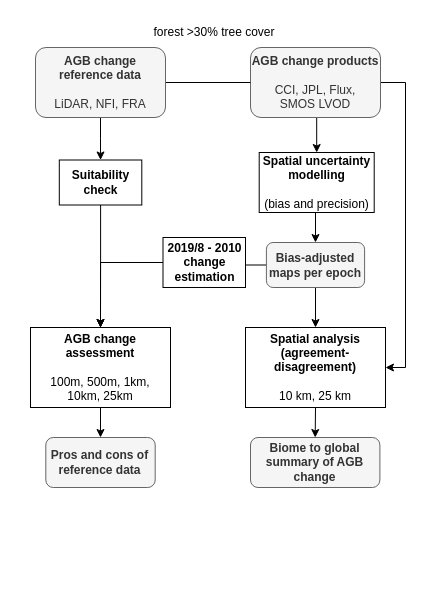
The draw.io diagram paper2.drawio in arnanaraza/diagrams, before the edit. Source tidied: cells renumbered, new cells numbered last; positions are measured from the earlier drawing's top-left corner, leaving out a move shared by most shapes. Both pictures are drawn from the tidied source at 100%, with x=0, y=0 at pixel (30, 17).
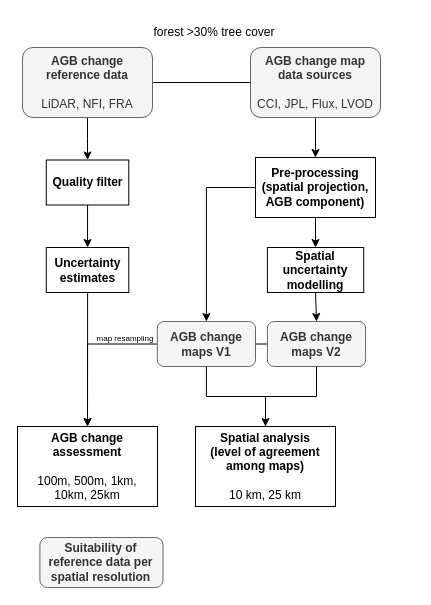
Above is the later version.

Change to the diagram source:
```diff
@@
-    <mxCell id="2" style="edgeStyle=orthogonalEdgeStyle;rounded=0;jettySize=auto;html=1;exitX=0.5;exitY=1;exitDx=0;exitDy=0;entryX=0.5;entryY=0;entryDx=0;entryDy=0;" parent="1" edge="1" source="4" target="13">
-      <mxGeometry relative="1" as="geometry" />
-    </mxCell>
-    <mxCell id="3" style="edgeStyle=orthogonalEdgeStyle;rounded=0;jettySize=auto;html=1;exitX=1;exitY=0.5;exitDx=0;exitDy=0;entryX=1;entryY=0.5;entryDx=0;entryDy=0;" parent="1" edge="1" source="4" target="16">
-      <mxGeometry relative="1" as="geometry" />
-    </mxCell>
+    <mxCell id="25" style="edgeStyle=orthogonalEdgeStyle;rounded=0;jettySize=auto;html=1;exitX=0.5;exitY=1;exitDx=0;exitDy=0;entryX=0.5;entryY=0;entryDx=0;entryDy=0;" parent="1" edge="1" source="4" target="33">
+      <mxGeometry relative="1" as="geometry" />
+    </mxCell>
-    <mxCell id="4" value="&lt;b&gt;AGB change products&lt;br&gt;&lt;/b&gt;&lt;br&gt;CCI, JPL, Flux, &lt;br&gt;SMOS LVOD&lt;span style=&quot;font-family: &amp;#34;helvetica&amp;#34;&quot;&gt;&lt;br&gt;&lt;/span&gt;" style="rounded=1;whiteSpace=wrap;html=1;fillColor=#f5f5f5;fontColor=#333333;strokeColor=#666666;" parent="1" vertex="1">
+    <mxCell id="4" value="&lt;b&gt;AGB change map data sources&lt;br&gt;&lt;/b&gt;&lt;br&gt;CCI, JPL, Flux, LVOD&lt;span style=&quot;font-family: &amp;#34;helvetica&amp;#34;&quot;&gt;&lt;br&gt;&lt;/span&gt;" style="rounded=1;whiteSpace=wrap;html=1;fillColor=#f5f5f5;fontColor=#333333;strokeColor=#666666;" parent="1" vertex="1">
       <mxGeometry x="220" y="30" width="130" height="70" as="geometry" />
     </mxCell>
+    <mxCell id="26" style="edgeStyle=orthogonalEdgeStyle;rounded=0;jettySize=auto;html=1;exitX=0;exitY=0.5;exitDx=0;exitDy=0;entryX=1;entryY=0.5;entryDx=0;entryDy=0;endArrow=none;endFill=0;" parent="1" edge="1" source="9" target="36">
+      <mxGeometry relative="1" as="geometry" />
+    </mxCell>
-    <mxCell id="5" style="edgeStyle=orthogonalEdgeStyle;rounded=0;jettySize=auto;html=1;exitX=0.5;exitY=1;exitDx=0;exitDy=0;entryX=0.5;entryY=0;entryDx=0;entryDy=0;" parent="1" edge="1" source="9" target="16">
+    <mxCell id="5" style="edgeStyle=orthogonalEdgeStyle;rounded=0;jettySize=auto;html=1;exitX=0.5;exitY=1;exitDx=0;exitDy=0;entryX=0.5;entryY=0;entryDx=0;entryDy=0;endArrow=none;endFill=0;" parent="1" edge="1" source="9" target="16">
       <mxGeometry relative="1" as="geometry" />
     </mxCell>
-    <mxCell id="6" style="edgeStyle=orthogonalEdgeStyle;rounded=0;jettySize=auto;html=1;exitX=0;exitY=0.5;exitDx=0;exitDy=0;entryX=0.5;entryY=0;entryDx=0;entryDy=0;startArrow=none;" parent="1" edge="1" source="23" target="11">
-      <mxGeometry relative="1" as="geometry" />
-    </mxCell>
-    <mxCell id="7" style="edgeStyle=orthogonalEdgeStyle;rounded=0;jettySize=auto;html=1;exitX=0;exitY=0.5;exitDx=0;exitDy=0;entryX=0.5;entryY=0;entryDx=0;entryDy=0;endArrow=classic;endFill=1;startArrow=none;" parent="1" edge="1" source="23" target="11">
-      <mxGeometry relative="1" as="geometry" />
-    </mxCell>
-    <mxCell id="8" style="edgeStyle=orthogonalEdgeStyle;rounded=0;jettySize=auto;html=1;exitX=0;exitY=0.5;exitDx=0;exitDy=0;entryX=1;entryY=0.5;entryDx=0;entryDy=0;endArrow=none;endFill=0;" parent="1" edge="1" source="9" target="23">
-      <mxGeometry relative="1" as="geometry" />
-    </mxCell>
-    <mxCell id="9" value="&lt;b&gt;Bias-adjusted maps per epoch&lt;br&gt;&lt;/b&gt;" style="rounded=1;whiteSpace=wrap;html=1;fillColor=#f5f5f5;strokeColor=#666666;fontColor=#333333;" parent="1" vertex="1">
-      <mxGeometry x="235.9" y="225" width="98.2" height="45" as="geometry" />
+    <mxCell id="9" value="&lt;b&gt;AGB change maps V2&lt;br&gt;&lt;/b&gt;" style="rounded=1;whiteSpace=wrap;html=1;fillColor=#f5f5f5;strokeColor=#666666;fontColor=#333333;" parent="1" vertex="1">
+      <mxGeometry x="236.9" y="304" width="98.2" height="45" as="geometry" />
     </mxCell>
-    <mxCell id="10" style="edgeStyle=orthogonalEdgeStyle;rounded=0;jettySize=auto;html=1;exitX=0.5;exitY=1;exitDx=0;exitDy=0;entryX=0.5;entryY=0;entryDx=0;entryDy=0;" parent="1" edge="1" source="11" target="17">
-      <mxGeometry relative="1" as="geometry" />
-    </mxCell>
     <mxCell id="11" value="&lt;b&gt;AGB change assessment&lt;/b&gt;&lt;br&gt;&lt;br&gt;100m, 500m, 1km, &lt;br&gt;10km, 25km" style="rounded=0;whiteSpace=wrap;html=1;" parent="1" vertex="1">
-      <mxGeometry y="310" width="140" height="80" as="geometry" />
+      <mxGeometry x="-13" y="409" width="140" height="80" as="geometry" />
     </mxCell>
@@
-    <mxCell id="13" value="&lt;b&gt;Spatial uncertainty modelling &lt;br&gt;&lt;/b&gt;&lt;br&gt;(bias and precision)" style="rounded=0;whiteSpace=wrap;html=1;" parent="1" vertex="1">
-      <mxGeometry x="228.7" y="135" width="115" height="60" as="geometry" />
+    <mxCell id="13" value="&lt;b&gt;Spatial uncertainty modelling &lt;br&gt;&lt;/b&gt;" style="rounded=0;whiteSpace=wrap;html=1;" parent="1" vertex="1">
+      <mxGeometry x="236.9" y="230" width="96.3" height="45" as="geometry" />
     </mxCell>
@@
-    <mxCell id="15" style="edgeStyle=orthogonalEdgeStyle;rounded=0;jettySize=auto;html=1;exitX=0.5;exitY=1;exitDx=0;exitDy=0;entryX=0.5;entryY=0;entryDx=0;entryDy=0;" parent="1" edge="1" source="16" target="18">
-      <mxGeometry relative="1" as="geometry" />
-    </mxCell>
-    <mxCell id="16" value="&lt;b&gt;Spatial analysis (agreement-disagreement)&lt;br&gt;&lt;/b&gt;&lt;br&gt;10 km, 25 km" style="rounded=0;whiteSpace=wrap;html=1;" parent="1" vertex="1">
-      <mxGeometry x="215" y="310" width="140" height="80" as="geometry" />
+    <mxCell id="16" value="&lt;b&gt;Spatial analysis &lt;br&gt;(level of agreement among maps)&lt;br&gt;&lt;/b&gt;&lt;br&gt;10 km, 25 km" style="rounded=0;whiteSpace=wrap;html=1;" parent="1" vertex="1">
+      <mxGeometry x="165" y="409" width="140" height="80" as="geometry" />
     </mxCell>
-    <mxCell id="17" value="&lt;b&gt;Pros and cons of reference data&lt;br&gt;&lt;/b&gt;" style="rounded=1;whiteSpace=wrap;html=1;fillColor=#f5f5f5;strokeColor=#666666;fontColor=#333333;" parent="1" vertex="1">
-      <mxGeometry x="15.3" y="420" width="109.4" height="50" as="geometry" />
-    </mxCell>
-    <mxCell id="18" value="&lt;b&gt;Biome to global summary of AGB change&lt;/b&gt;" style="rounded=1;whiteSpace=wrap;html=1;fillColor=#f5f5f5;strokeColor=#666666;fontColor=#333333;" parent="1" vertex="1">
-      <mxGeometry x="220" y="420" width="129.4" height="50" as="geometry" />
-    </mxCell>
@@
-    <mxCell id="21" style="edgeStyle=orthogonalEdgeStyle;rounded=0;jettySize=auto;html=1;exitX=0.5;exitY=1;exitDx=0;exitDy=0;entryX=0.5;entryY=0;entryDx=0;entryDy=0;" parent="1" edge="1" source="22" target="24">
-      <mxGeometry relative="1" as="geometry" />
-    </mxCell>
+    <mxCell id="27" style="edgeStyle=orthogonalEdgeStyle;rounded=0;jettySize=auto;html=1;exitX=0.5;exitY=1;exitDx=0;exitDy=0;entryX=0.5;entryY=0;entryDx=0;entryDy=0;" parent="1" edge="1" source="22" target="29">
+      <mxGeometry relative="1" as="geometry" />
+    </mxCell>
     <mxCell id="22" value="&lt;b style=&quot;font-family: &amp;#34;helvetica&amp;#34;&quot;&gt;AGB change reference data&lt;/b&gt;&lt;br style=&quot;font-family: &amp;#34;helvetica&amp;#34;&quot;&gt;&lt;br style=&quot;font-family: &amp;#34;helvetica&amp;#34;&quot;&gt;&lt;span style=&quot;font-family: &amp;#34;helvetica&amp;#34;&quot;&gt;LiDAR, NFI, FRA&lt;/span&gt;" style="rounded=1;whiteSpace=wrap;html=1;shadow=0;glass=0;sketch=0;fillColor=#f5f5f5;fontColor=#333333;strokeColor=#666666;" parent="1" vertex="1">
-      <mxGeometry x="5" y="30" width="130" height="70" as="geometry" />
+      <mxGeometry x="-8" y="30" width="130" height="70" as="geometry" />
     </mxCell>
-    <mxCell id="23" value="&lt;b&gt;2019/8 - 2010 change estimation&lt;/b&gt;" style="rounded=0;whiteSpace=wrap;html=1;" parent="1" vertex="1">
-      <mxGeometry x="132.5" y="220" width="82.5" height="50" as="geometry" />
-    </mxCell>
-    <mxCell id="24" value="&lt;b&gt;Suitability check&lt;/b&gt;" style="rounded=0;whiteSpace=wrap;html=1;" parent="1" vertex="1">
-      <mxGeometry x="28.8" y="142.5" width="82.5" height="45" as="geometry" />
+    <mxCell id="24" value="&lt;b&gt;Uncertainty estimates&lt;/b&gt;" style="rounded=0;whiteSpace=wrap;html=1;" parent="1" vertex="1">
+      <mxGeometry x="15.8" y="230" width="82.5" height="45" as="geometry" />
     </mxCell>
+    <mxCell id="28" style="edgeStyle=orthogonalEdgeStyle;rounded=0;jettySize=auto;html=1;exitX=0.5;exitY=1;exitDx=0;exitDy=0;entryX=0.5;entryY=0;entryDx=0;entryDy=0;" parent="1" edge="1" source="29" target="24">
+      <mxGeometry relative="1" as="geometry" />
+    </mxCell>
+    <mxCell id="29" value="&lt;b&gt;Quality filter&lt;/b&gt;" style="rounded=0;whiteSpace=wrap;html=1;" parent="1" vertex="1">
+      <mxGeometry x="15.8" y="142.5" width="82.5" height="45" as="geometry" />
+    </mxCell>
+    <mxCell id="30" value="&lt;b&gt;Suitability of reference data per spatial resolution&lt;br&gt;&lt;/b&gt;" style="rounded=1;whiteSpace=wrap;html=1;fillColor=#f5f5f5;strokeColor=#666666;fontColor=#333333;" parent="1" vertex="1">
+      <mxGeometry x="9.4" y="520" width="123.1" height="50" as="geometry" />
+    </mxCell>
+    <mxCell id="31" style="edgeStyle=orthogonalEdgeStyle;rounded=0;jettySize=auto;html=1;exitX=0.5;exitY=1;exitDx=0;exitDy=0;entryX=0.5;entryY=0;entryDx=0;entryDy=0;" parent="1" edge="1" source="33" target="13">
+      <mxGeometry relative="1" as="geometry" />
+    </mxCell>
+    <mxCell id="32" style="edgeStyle=orthogonalEdgeStyle;rounded=0;jettySize=auto;html=1;exitX=0;exitY=0.5;exitDx=0;exitDy=0;entryX=0.5;entryY=0;entryDx=0;entryDy=0;" parent="1" edge="1" source="33" target="36">
+      <mxGeometry relative="1" as="geometry" />
+    </mxCell>
+    <mxCell id="33" value="&lt;b&gt;Pre-processing (spatial projection, AGB component)&lt;/b&gt;" style="rounded=0;whiteSpace=wrap;html=1;" parent="1" vertex="1">
+      <mxGeometry x="225" y="140" width="120" height="60" as="geometry" />
+    </mxCell>
+    <mxCell id="34" style="edgeStyle=orthogonalEdgeStyle;rounded=0;jettySize=auto;html=1;exitX=0.5;exitY=1;exitDx=0;exitDy=0;entryX=0.5;entryY=0;entryDx=0;entryDy=0;" parent="1" edge="1" source="36" target="16">
+      <mxGeometry relative="1" as="geometry" />
+    </mxCell>
+    <mxCell id="35" style="edgeStyle=orthogonalEdgeStyle;rounded=0;jettySize=auto;html=1;exitX=0;exitY=0.5;exitDx=0;exitDy=0;entryX=0.5;entryY=0;entryDx=0;entryDy=0;" parent="1" edge="1" source="36" target="11">
+      <mxGeometry relative="1" as="geometry" />
+    </mxCell>
+    <mxCell id="36" value="&lt;b&gt;AGB change maps V1&lt;br&gt;&lt;/b&gt;" style="rounded=1;whiteSpace=wrap;html=1;fillColor=#f5f5f5;strokeColor=#666666;fontColor=#333333;" parent="1" vertex="1">
+      <mxGeometry x="126.8" y="304" width="98.2" height="45" as="geometry" />
+    </mxCell>
+    <mxCell id="37" value="map resampling" style="text;html=1;strokeColor=none;fillColor=none;align=center;verticalAlign=middle;whiteSpace=wrap;rounded=0;fontSize=8;" parent="1" vertex="1">
+      <mxGeometry x="35" y="320" width="120" as="geometry" />
+    </mxCell>
```
